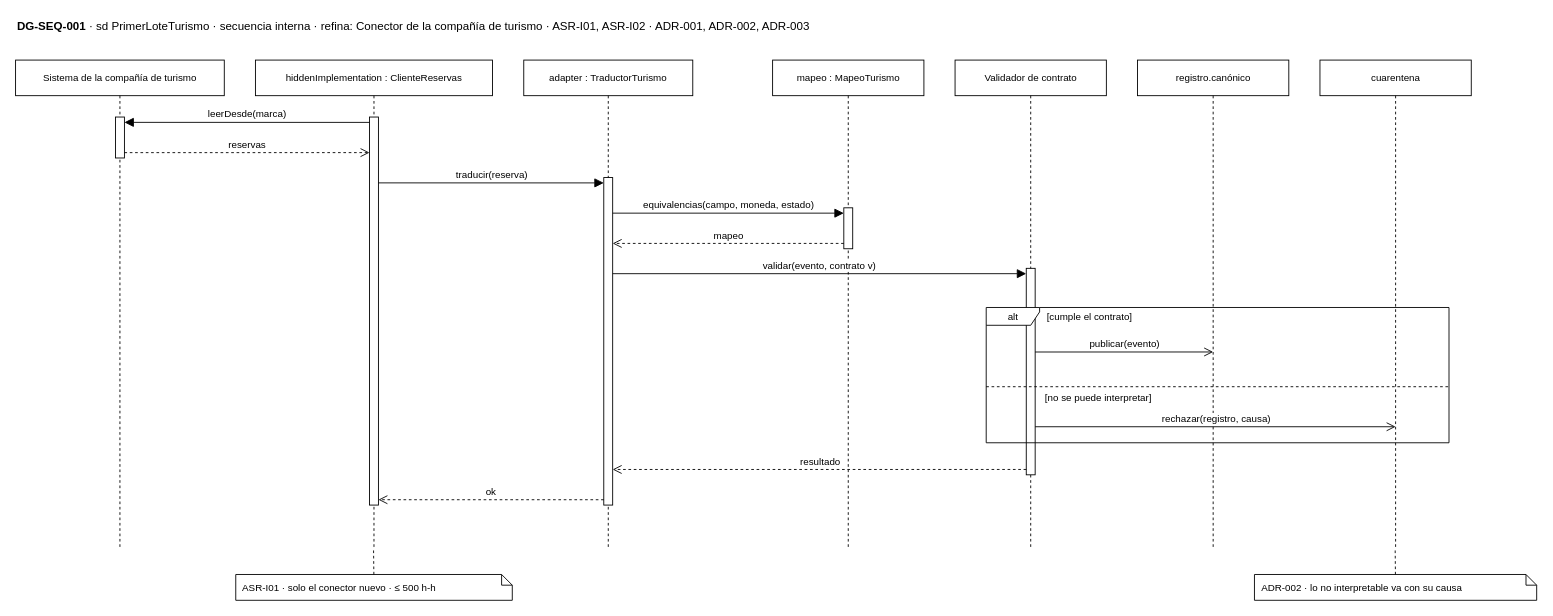
This is page "DG-SEQ-001 · Conector de turismo: el primer lote" (4 of 13) of docs/modelos/drawio/Reto3-Vista-Componentes.drawio from MATI-MBIT/arqsoft-reto-3, a draw.io file, before an edit. Source tidied: cells renumbered, new cells numbered last; positions are measured from the earlier drawing's top-left corner, leaving out a move shared by most shapes. Both pictures are drawn from the tidied source at 89%, with x=0, y=0 at pixel (15, 15).
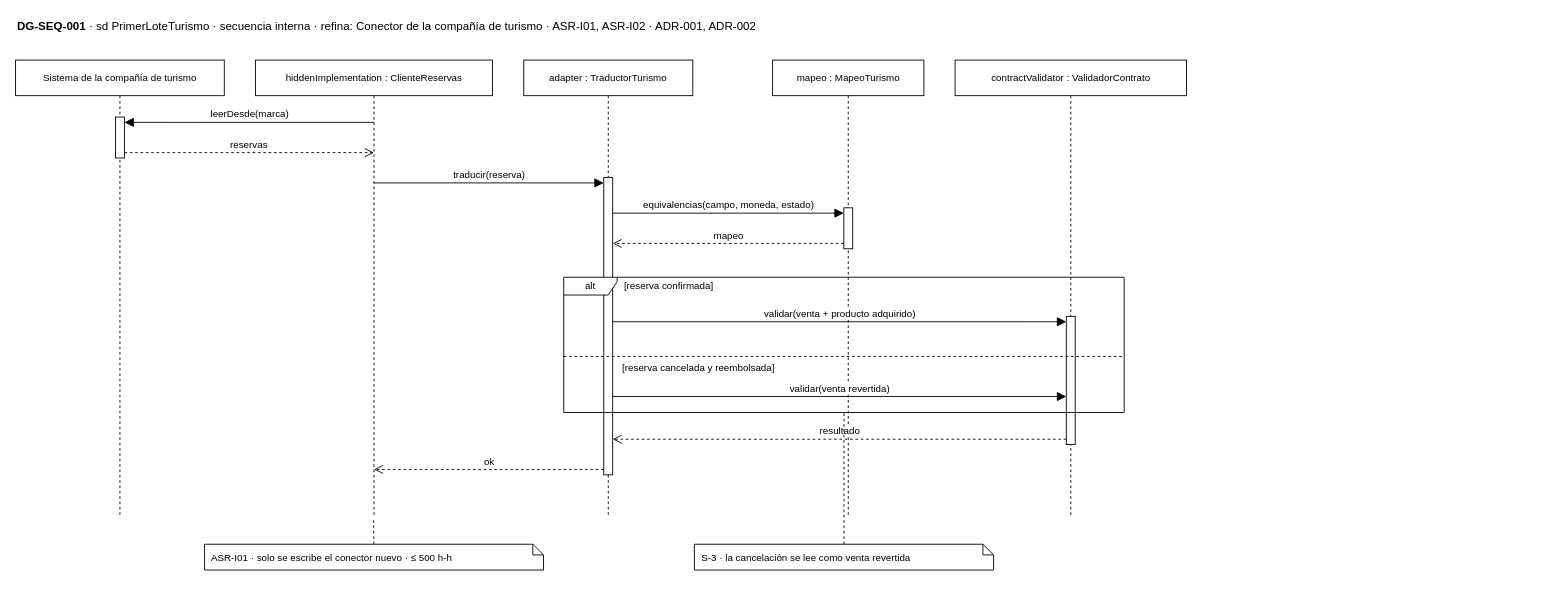
The same page after the edit.

Unchanged cells that the change refers to:
```xml
<mxCell id="11" style="html=1;points=[[0,0,0,0,5],[0,1,0,0,-5],[1,0,0,0,5],[1,1,0,0,-5]];perimeter=orthogonalPerimeter;outlineConnect=0;targetShapes=umlLifeline;portConstraint=eastwest;fillColor=#FFFFFF;strokeColor=#000000;" parent="3" vertex="1">
  <mxGeometry x="112.3" y="64" width="10" height="46" as="geometry" />
</mxCell>
<mxCell id="13" style="html=1;points=[[0,0,0,0,5],[0,1,0,0,-5],[1,0,0,0,5],[1,1,0,0,-5]];perimeter=orthogonalPerimeter;outlineConnect=0;targetShapes=umlLifeline;portConstraint=eastwest;fillColor=#FFFFFF;strokeColor=#000000;" parent="6" vertex="1">
  <mxGeometry x="80" y="166" width="10" height="46" as="geometry" />
</mxCell>
```

Diff of the diagram source:
```diff
@@
-    <mxCell id="2" value="&lt;b&gt;DG-SEQ-001&lt;/b&gt; · sd PrimerLoteTurismo · secuencia interna · refina: Conector de la compañía de turismo · ASR-I01, ASR-I02 · ADR-001, ADR-002, ADR-003" style="text;html=1;align=left;verticalAlign=middle;fontSize=13;" parent="1" vertex="1">
-      <mxGeometry width="1635.6" height="24" as="geometry" />
+    <mxCell id="2" value="&lt;b&gt;DG-SEQ-001&lt;/b&gt; · sd PrimerLoteTurismo · secuencia interna · refina: Conector de la compañía de turismo · ASR-I01, ASR-I02 · ADR-001, ADR-002" style="text;html=1;align=left;verticalAlign=middle;fontSize=13;" parent="1" vertex="1">
+      <mxGeometry width="1315.7" height="24" as="geometry" />
     </mxCell>
     <mxCell id="3" value="Sistema de la compañía de turismo" style="shape=umlLifeline;perimeter=lifelinePerimeter;whiteSpace=wrap;html=1;size=40;fontSize=11;fillColor=#FFFFFF;strokeColor=#000000;" parent="1" vertex="1">
-      <mxGeometry y="50" width="234.5" height="548" as="geometry" />
+      <mxGeometry y="50" width="234.5" height="514" as="geometry" />
     </mxCell>
     <mxCell id="4" value="hiddenImplementation : ClienteReservas" style="shape=umlLifeline;perimeter=lifelinePerimeter;whiteSpace=wrap;html=1;outlineConnect=0;portConstraint=eastwest;size=40;fontSize=11;fillColor=#FFFFFF;strokeColor=#000000;" parent="1" vertex="1">
-      <mxGeometry x="269.5" y="50" width="266.4" height="548" as="geometry" />
+      <mxGeometry x="269.5" y="50" width="266.4" height="514" as="geometry" />
     </mxCell>
     <mxCell id="5" value="adapter : TraductorTurismo" style="shape=umlLifeline;perimeter=lifelinePerimeter;whiteSpace=wrap;html=1;size=40;fontSize=11;fillColor=#FFFFFF;strokeColor=#000000;" parent="1" vertex="1">
-      <mxGeometry x="571" y="50" width="189.9" height="548" as="geometry" />
+      <mxGeometry x="571" y="50" width="189.9" height="514" as="geometry" />
     </mxCell>
     <mxCell id="6" value="mapeo : MapeoTurismo" style="shape=umlLifeline;perimeter=lifelinePerimeter;whiteSpace=wrap;html=1;size=40;fontSize=11;fillColor=#FFFFFF;strokeColor=#000000;" parent="1" vertex="1">
-      <mxGeometry x="850.6" y="50" width="170" height="548" as="geometry" />
+      <mxGeometry x="850.6" y="50" width="170" height="514" as="geometry" />
     </mxCell>
-    <mxCell id="7" value="Validador de contrato" style="shape=umlLifeline;perimeter=lifelinePerimeter;whiteSpace=wrap;html=1;size=40;fontSize=11;fillColor=#FFFFFF;strokeColor=#000000;" parent="1" vertex="1">
-      <mxGeometry x="1055.6" y="50" width="170" height="548" as="geometry" />
-    </mxCell>
-    <mxCell id="8" value="registro.canónico" style="shape=umlLifeline;perimeter=lifelinePerimeter;whiteSpace=wrap;html=1;outlineConnect=0;portConstraint=eastwest;size=40;fontSize=11;fillColor=#FFFFFF;strokeColor=#000000;" parent="1" vertex="1">
-      <mxGeometry x="1260.6" y="50" width="170" height="548" as="geometry" />
-    </mxCell>
-    <mxCell id="9" value="cuarentena" style="shape=umlLifeline;perimeter=lifelinePerimeter;whiteSpace=wrap;html=1;outlineConnect=0;portConstraint=eastwest;size=40;fontSize=11;fillColor=#FFFFFF;strokeColor=#000000;" parent="1" vertex="1">
-      <mxGeometry x="1465.6" y="50" width="170" height="548" as="geometry" />
-    </mxCell>
-    <mxCell id="10" style="html=1;points=[[0,0,0,0,5],[0,1,0,0,-5],[1,0,0,0,5],[1,1,0,0,-5]];perimeter=orthogonalPerimeter;outlineConnect=0;targetShapes=umlLifeline;portConstraint=eastwest;fillColor=#FFFFFF;strokeColor=#000000;" parent="4" vertex="1">
-      <mxGeometry x="128.2" y="64" width="10" height="436" as="geometry" />
-    </mxCell>
+    <mxCell id="33" value="contractValidator : ValidadorContrato" style="shape=umlLifeline;perimeter=lifelinePerimeter;whiteSpace=wrap;html=1;size=40;fontSize=11;fillColor=#FFFFFF;strokeColor=#000000;" parent="1" vertex="1">
+      <mxGeometry x="1055.6" y="50" width="260.1" height="514" as="geometry" />
+    </mxCell>
@@
-    <mxCell id="12" style="html=1;points=[[0,0,0,0,5],[0,1,0,0,-5],[1,0,0,0,5],[1,1,0,0,-5]];perimeter=orthogonalPerimeter;outlineConnect=0;targetShapes=umlLifeline;portConstraint=eastwest;fillColor=#FFFFFF;strokeColor=#000000;" parent="5" vertex="1">
-      <mxGeometry x="89.9" y="132" width="10" height="368" as="geometry" />
-    </mxCell>
+    <mxCell id="34" style="html=1;points=[[0,0,0,0,5],[0,1,0,0,-5],[1,0,0,0,5],[1,1,0,0,-5]];perimeter=orthogonalPerimeter;outlineConnect=0;targetShapes=umlLifeline;portConstraint=eastwest;fillColor=#FFFFFF;strokeColor=#000000;" parent="5" vertex="1">
+      <mxGeometry x="89.9" y="132" width="10" height="334" as="geometry" />
+    </mxCell>
@@
-    <mxCell id="14" style="html=1;points=[[0,0,0,0,5],[0,1,0,0,-5],[1,0,0,0,5],[1,1,0,0,-5]];perimeter=orthogonalPerimeter;outlineConnect=0;targetShapes=umlLifeline;portConstraint=eastwest;fillColor=#FFFFFF;strokeColor=#000000;" parent="7" vertex="1">
-      <mxGeometry x="80" y="234" width="10" height="232" as="geometry" />
-    </mxCell>
+    <mxCell id="35" style="html=1;points=[[0,0,0,0,5],[0,1,0,0,-5],[1,0,0,0,5],[1,1,0,0,-5]];perimeter=orthogonalPerimeter;outlineConnect=0;targetShapes=umlLifeline;portConstraint=eastwest;fillColor=#FFFFFF;strokeColor=#000000;" parent="33" vertex="1">
+      <mxGeometry x="125" y="288" width="10" height="144" as="geometry" />
+    </mxCell>
     <mxCell id="15" value="alt" style="shape=umlFrame;whiteSpace=wrap;html=1;width=60;height=20;fontSize=11;fillColor=#FFFFFF;strokeColor=#000000;" parent="1" vertex="1">
-      <mxGeometry x="1090.6" y="328" width="520" height="152" as="geometry" />
+      <mxGeometry x="615.9" y="294" width="629.7" height="152" as="geometry" />
     </mxCell>
-    <mxCell id="16" value="[cumple el contrato]" style="text;html=1;align=left;verticalAlign=middle;fontSize=11;" parent="15" vertex="1">
+    <mxCell id="16" value="[reserva confirmada]" style="text;html=1;align=left;verticalAlign=middle;fontSize=11;" parent="15" vertex="1">
       <mxGeometry x="66" width="143.6" height="20" as="geometry" />
     </mxCell>
     <mxCell id="17" style="line;strokeWidth=1;dashed=1;html=1;strokeColor=#000000;" parent="15" vertex="1">
-      <mxGeometry y="84" width="520" height="10" as="geometry" />
+      <mxGeometry y="84" width="629.7" height="10" as="geometry" />
     </mxCell>
-    <mxCell id="18" value="[no se puede interpretar]" style="text;html=1;align=left;verticalAlign=middle;fontSize=11;" parent="15" vertex="1">
-      <mxGeometry x="64" y="92" width="175.5" height="20" as="geometry" />
+    <mxCell id="18" value="[reserva cancelada y reembolsada]" style="text;html=1;align=left;verticalAlign=middle;fontSize=11;" parent="15" vertex="1">
+      <mxGeometry x="64" y="92" width="226.5" height="20" as="geometry" />
     </mxCell>
-    <mxCell id="19" value="leerDesde(marca)" style="html=1;verticalAlign=bottom;endArrow=block;endFill=1;endSize=8;rounded=0;fontSize=11;labelBackgroundColor=#ffffff;exitX=0;exitY=0.0138;exitDx=0;exitDy=0;exitPerimeter=0;entryX=1;entryY=0.1304;entryDx=0;entryDy=0;entryPerimeter=0;" parent="1" edge="1" source="10" target="11">
+    <mxCell id="19" value="leerDesde(marca)" style="html=1;verticalAlign=bottom;endArrow=block;endFill=1;endSize=8;rounded=0;fontSize=11;labelBackgroundColor=#ffffff;exitX=0.5;exitY=0.1362;exitDx=0;exitDy=0;exitPerimeter=0;entryX=1;entryY=0.1304;entryDx=0;entryDy=0;entryPerimeter=0;" parent="1" edge="1" source="4" target="11">
       <mxGeometry relative="1" as="geometry" />
     </mxCell>
-    <mxCell id="20" value="reservas" style="html=1;verticalAlign=bottom;dashed=1;endArrow=open;endSize=8;rounded=0;fontSize=11;labelBackgroundColor=#ffffff;exitX=1;exitY=0.8696;exitDx=0;exitDy=0;exitPerimeter=0;entryX=0;entryY=0.0917;entryDx=0;entryDy=0;entryPerimeter=0;" parent="1" edge="1" source="11" target="10">
+    <mxCell id="20" value="reservas" style="html=1;verticalAlign=bottom;dashed=1;endArrow=open;endSize=8;rounded=0;fontSize=11;labelBackgroundColor=#ffffff;exitX=1;exitY=0.8696;exitDx=0;exitDy=0;exitPerimeter=0;entryX=0.5;entryY=0.2023;entryDx=0;entryDy=0;entryPerimeter=0;" parent="1" edge="1" source="11" target="4">
       <mxGeometry relative="1" as="geometry" />
     </mxCell>
-    <mxCell id="21" value="traducir(reserva)" style="html=1;verticalAlign=bottom;endArrow=block;endFill=1;endSize=8;rounded=0;fontSize=11;labelBackgroundColor=#ffffff;exitX=1;exitY=0.1697;exitDx=0;exitDy=0;exitPerimeter=0;entryX=0;entryY=0.0163;entryDx=0;entryDy=0;entryPerimeter=0;" parent="1" edge="1" source="10" target="12">
+    <mxCell id="21" value="traducir(reserva)" style="html=1;verticalAlign=bottom;endArrow=block;endFill=1;endSize=8;rounded=0;fontSize=11;labelBackgroundColor=#ffffff;exitX=0.5;exitY=0.2685;exitDx=0;exitDy=0;exitPerimeter=0;entryX=0;entryY=0.018;entryDx=0;entryDy=0;entryPerimeter=0;" parent="1" edge="1" source="4" target="34">
       <mxGeometry relative="1" as="geometry" />
     </mxCell>
-    <mxCell id="22" value="equivalencias(campo, moneda, estado)" style="html=1;verticalAlign=bottom;endArrow=block;endFill=1;endSize=8;rounded=0;fontSize=11;labelBackgroundColor=#ffffff;exitX=1;exitY=0.1087;exitDx=0;exitDy=0;exitPerimeter=0;entryX=0;entryY=0.1304;entryDx=0;entryDy=0;entryPerimeter=0;" parent="1" edge="1" source="12" target="13">
+    <mxCell id="22" value="equivalencias(campo, moneda, estado)" style="html=1;verticalAlign=bottom;endArrow=block;endFill=1;endSize=8;rounded=0;fontSize=11;labelBackgroundColor=#ffffff;exitX=1;exitY=0.1198;exitDx=0;exitDy=0;exitPerimeter=0;entryX=0;entryY=0.1304;entryDx=0;entryDy=0;entryPerimeter=0;" parent="1" edge="1" source="34" target="13">
       <mxGeometry relative="1" as="geometry" />
     </mxCell>
-    <mxCell id="23" value="mapeo" style="html=1;verticalAlign=bottom;dashed=1;endArrow=open;endSize=8;rounded=0;fontSize=11;labelBackgroundColor=#ffffff;exitX=0;exitY=0.8696;exitDx=0;exitDy=0;exitPerimeter=0;entryX=1;entryY=0.2011;entryDx=0;entryDy=0;entryPerimeter=0;" parent="1" edge="1" source="13" target="12">
+    <mxCell id="23" value="mapeo" style="html=1;verticalAlign=bottom;dashed=1;endArrow=open;endSize=8;rounded=0;fontSize=11;labelBackgroundColor=#ffffff;exitX=0;exitY=0.8696;exitDx=0;exitDy=0;exitPerimeter=0;entryX=1;entryY=0.2216;entryDx=0;entryDy=0;entryPerimeter=0;" parent="1" edge="1" source="13" target="34">
       <mxGeometry relative="1" as="geometry" />
     </mxCell>
-    <mxCell id="24" value="validar(evento, contrato v)" style="html=1;verticalAlign=bottom;endArrow=block;endFill=1;endSize=8;rounded=0;fontSize=11;labelBackgroundColor=#ffffff;exitX=1;exitY=0.2935;exitDx=0;exitDy=0;exitPerimeter=0;entryX=0;entryY=0.0259;entryDx=0;entryDy=0;entryPerimeter=0;" parent="1" edge="1" source="12" target="14">
+    <mxCell id="24" value="validar(venta + producto adquirido)" style="html=1;verticalAlign=bottom;endArrow=block;endFill=1;endSize=8;rounded=0;fontSize=11;labelBackgroundColor=#ffffff;exitX=1;exitY=0.485;exitDx=0;exitDy=0;exitPerimeter=0;entryX=0;entryY=0.0417;entryDx=0;entryDy=0;entryPerimeter=0;" parent="1" edge="1" source="34" target="35">
       <mxGeometry relative="1" as="geometry" />
     </mxCell>
-    <mxCell id="25" value="publicar(evento)" style="html=1;verticalAlign=bottom;endArrow=open;endSize=8;rounded=0;fontSize=11;labelBackgroundColor=#ffffff;exitX=1;exitY=0.4052;exitDx=0;exitDy=0;exitPerimeter=0;entryX=0.5;entryY=0.5985;entryDx=0;entryDy=0;entryPerimeter=0;" parent="1" edge="1" source="14" target="8">
+    <mxCell id="25" value="validar(venta revertida)" style="html=1;verticalAlign=bottom;endArrow=block;endFill=1;endSize=8;rounded=0;fontSize=11;labelBackgroundColor=#ffffff;exitX=1;exitY=0.7365;exitDx=0;exitDy=0;exitPerimeter=0;entryX=0;entryY=0.625;entryDx=0;entryDy=0;entryPerimeter=0;" parent="1" edge="1" source="34" target="35">
       <mxGeometry relative="1" as="geometry" />
     </mxCell>
-    <mxCell id="26" value="rechazar(registro, causa)" style="html=1;verticalAlign=bottom;endArrow=open;endSize=8;rounded=0;fontSize=11;labelBackgroundColor=#ffffff;exitX=1;exitY=0.7672;exitDx=0;exitDy=0;exitPerimeter=0;entryX=0.5;entryY=0.7518;entryDx=0;entryDy=0;entryPerimeter=0;" parent="1" edge="1" source="14" target="9">
+    <mxCell id="26" value="resultado" style="html=1;verticalAlign=bottom;dashed=1;endArrow=open;endSize=8;rounded=0;fontSize=11;labelBackgroundColor=#ffffff;exitX=0;exitY=0.9583;exitDx=0;exitDy=0;exitPerimeter=0;entryX=1;entryY=0.8802;entryDx=0;entryDy=0;entryPerimeter=0;" parent="1" edge="1" source="35" target="34">
       <mxGeometry relative="1" as="geometry" />
     </mxCell>
-    <mxCell id="27" value="resultado" style="html=1;verticalAlign=bottom;dashed=1;endArrow=open;endSize=8;rounded=0;fontSize=11;labelBackgroundColor=#ffffff;exitX=0;exitY=0.9741;exitDx=0;exitDy=0;exitPerimeter=0;entryX=1;entryY=0.8913;entryDx=0;entryDy=0;entryPerimeter=0;" parent="1" edge="1" source="14" target="12">
+    <mxCell id="27" value="ok" style="html=1;verticalAlign=bottom;dashed=1;endArrow=open;endSize=8;rounded=0;fontSize=11;labelBackgroundColor=#ffffff;exitX=0;exitY=0.982;exitDx=0;exitDy=0;exitPerimeter=0;entryX=0.5;entryY=0.8949;entryDx=0;entryDy=0;entryPerimeter=0;" parent="1" edge="1" source="34" target="4">
       <mxGeometry relative="1" as="geometry" />
     </mxCell>
-    <mxCell id="28" value="ok" style="html=1;verticalAlign=bottom;dashed=1;endArrow=open;endSize=8;rounded=0;fontSize=11;labelBackgroundColor=#ffffff;exitX=0;exitY=0.9837;exitDx=0;exitDy=0;exitPerimeter=0;entryX=1;entryY=0.9862;entryDx=0;entryDy=0;entryPerimeter=0;" parent="1" edge="1" source="12" target="10">
-      <mxGeometry relative="1" as="geometry" />
-    </mxCell>
+    <mxCell id="31" value="ASR-I01 · solo se escribe el conector nuevo · ≤ 500 h-h" style="shape=note;whiteSpace=wrap;html=1;size=12;fillColor=#FFFFFF;strokeColor=#000000;fontSize=11;align=left;spacingLeft=6;" parent="1" vertex="1">
+      <mxGeometry x="212.3" y="594" width="380.9" height="29" as="geometry" />
+    </mxCell>
+    <mxCell id="32" style="endArrow=none;dashed=1;html=1;" parent="1" edge="1" source="31" target="4">
+      <mxGeometry relative="1" as="geometry" />
+    </mxCell>
-    <mxCell id="29" value="ASR-I01 · solo el conector nuevo · ≤ 500 h-h" style="shape=note;whiteSpace=wrap;html=1;size=12;fillColor=#FFFFFF;strokeColor=#000000;fontSize=11;align=left;spacingLeft=6;" parent="1" vertex="1">
-      <mxGeometry x="247.4" y="628" width="310.7" height="29" as="geometry" />
+    <mxCell id="29" value="S-3 · la cancelación se lee como venta revertida" style="shape=note;whiteSpace=wrap;html=1;size=12;fillColor=#FFFFFF;strokeColor=#000000;fontSize=11;align=left;spacingLeft=6;" parent="1" vertex="1">
+      <mxGeometry x="762.7" y="594" width="336.2" height="29" as="geometry" />
     </mxCell>
-    <mxCell id="30" style="endArrow=none;dashed=1;html=1;" parent="1" edge="1" source="29" target="4">
+    <mxCell id="30" style="endArrow=none;dashed=1;html=1;" parent="1" edge="1" source="29" target="15">
       <mxGeometry relative="1" as="geometry" />
     </mxCell>
-    <mxCell id="31" value="ADR-002 · lo no interpretable va con su causa" style="shape=note;whiteSpace=wrap;html=1;size=12;fillColor=#FFFFFF;strokeColor=#000000;fontSize=11;align=left;spacingLeft=6;" parent="1" vertex="1">
-      <mxGeometry x="1392" y="628" width="317.1" height="29" as="geometry" />
-    </mxCell>
-    <mxCell id="32" style="endArrow=none;dashed=1;html=1;" parent="1" edge="1" source="31" target="9">
-      <mxGeometry relative="1" as="geometry" />
-    </mxCell>
```
